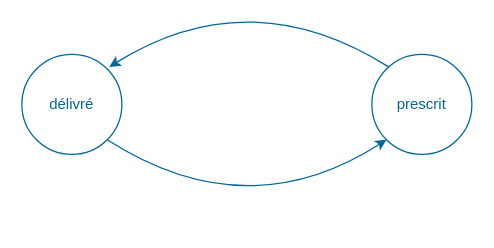
Earlier version of the draw.io diagram json_schema/statuts/titre.drawio (Blitz-BS/cumfidio). Source tidied: cells renumbered, new cells numbered last; positions are measured from the earlier drawing's top-left corner, leaving out a move shared by most shapes. Both pictures are drawn from the tidied source at 125%, with x=0, y=0 at pixel (21, -21).
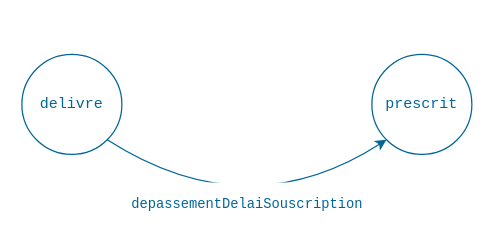
The same page after the edit.

What changed in the source:
```diff
@@
 <mxGraphModel>
   <root>
     <mxCell id="0" />
     <mxCell id="1" parent="0" />
     <mxCell id="2" style="edgeStyle=entityRelationEdgeStyle;rounded=0;jettySize=auto;html=1;exitX=1;exitY=0;exitDx=0;exitDy=0;entryX=0;entryY=0;entryDx=0;entryDy=0;fontColor=#006699;strokeColor=none;" parent="1" edge="1" source="3" target="4">
       <mxGeometry relative="1" as="geometry" />
     </mxCell>
-    <mxCell id="3" value="délivré" style="ellipse;whiteSpace=wrap;html=1;strokeColor=#006699;fontColor=#006699;rounded=0;" parent="1" vertex="1">
+    <mxCell id="3" value="&lt;pre&gt;delivre&lt;/pre&gt;" style="ellipse;whiteSpace=wrap;html=1;strokeColor=#006699;fontColor=#006699;rounded=0;" parent="1" vertex="1">
       <mxGeometry y="60" width="80" height="80" as="geometry" />
     </mxCell>
-    <mxCell id="4" value="prescrit" style="ellipse;whiteSpace=wrap;html=1;strokeColor=#006699;fontColor=#006699;rounded=0;" parent="1" vertex="1">
+    <mxCell id="4" value="&lt;pre&gt;prescrit&lt;/pre&gt;" style="ellipse;whiteSpace=wrap;html=1;strokeColor=#006699;fontColor=#006699;rounded=0;" parent="1" vertex="1">
       <mxGeometry x="280" y="60" width="80" height="80" as="geometry" />
     </mxCell>
-    <mxCell id="5" style="curved=1;endArrow=classic;html=1;fontColor=#006699;strokeColor=#006699;entryX=0;entryY=1;entryDx=0;entryDy=0;exitX=1;exitY=1;exitDx=0;exitDy=0;" parent="1" edge="1" source="3" target="4">
-      <mxGeometry relative="1" as="geometry">
+    <mxCell id="5" value="&lt;pre&gt;depassementDelaiSouscription&lt;/pre&gt;" style="curved=1;endArrow=classic;html=1;fontColor=#006699;strokeColor=#006699;entryX=0;entryY=1;entryDx=0;entryDy=0;exitX=1;exitY=1;exitDx=0;exitDy=0;" parent="1" edge="1" source="3" target="4">
+      <mxGeometry x="-0.08" y="17" relative="1" as="geometry">
         <Array as="points">
           <mxPoint x="180" y="200" />
         </Array>
       </mxGeometry>
     </mxCell>
-    <mxCell id="6" style="curved=1;endArrow=classic;html=1;fontColor=#006699;strokeColor=#006699;entryX=0;entryY=1;entryDx=0;entryDy=0;exitX=1;exitY=1;exitDx=0;exitDy=0;" parent="1" edge="1">
-      <mxGeometry relative="1" as="geometry">
-        <mxPoint x="293.4" y="70" as="sourcePoint" />
-        <mxPoint x="70" y="70" as="targetPoint" />
-        <Array as="points">
-          <mxPoint x="182" />
-        </Array>
-      </mxGeometry>
-    </mxCell>
   </root>
 </mxGraphModel>
```
